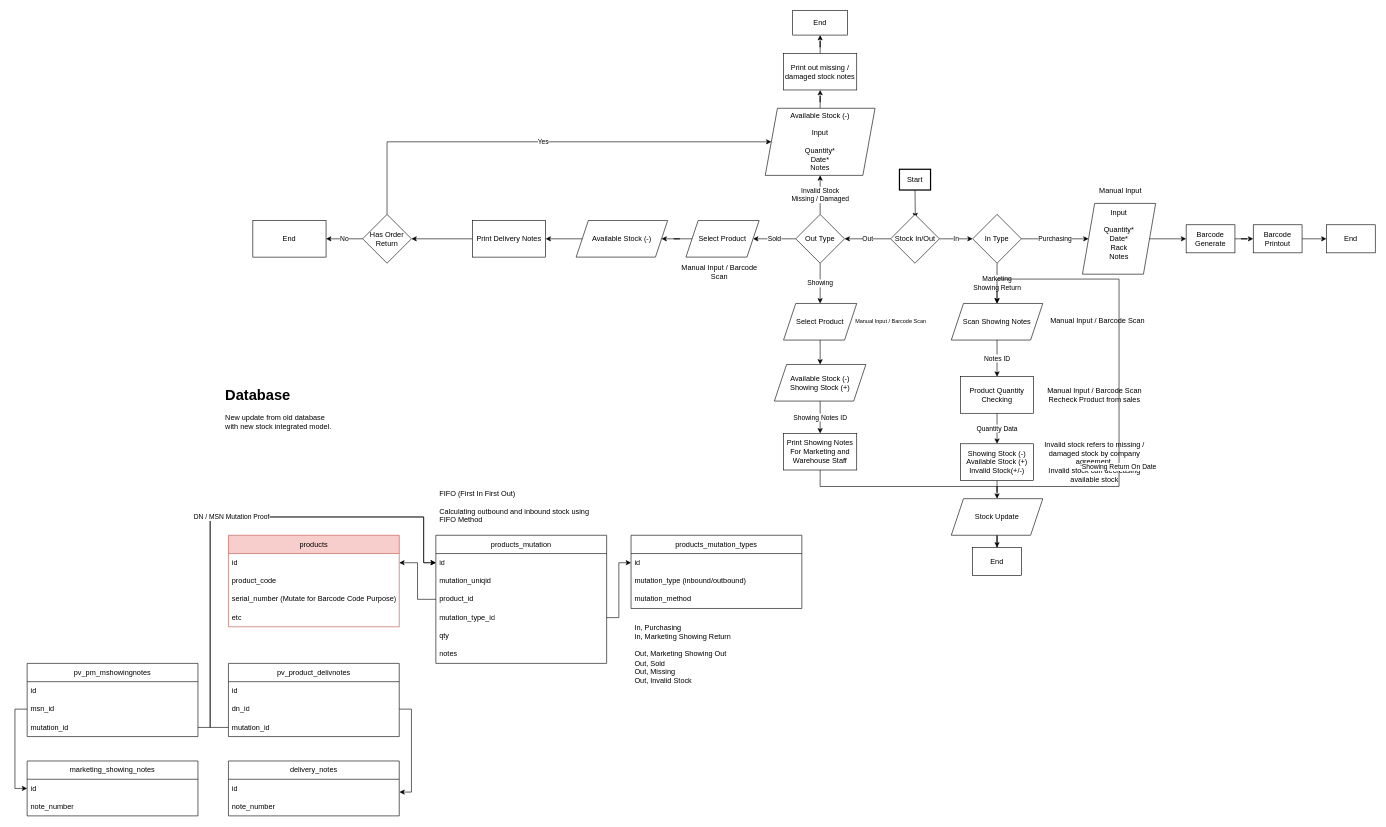
hulyo-firmansyah/mesinmp-dbdiagram keeps this draw.io diagram as page "Page-1" (1 of 4) of MPL Stock Update Feb 2024.drawio. Above is the earlier version. Source tidied: cells renumbered, new cells numbered last; positions are measured from the earlier drawing's top-left corner, leaving out a move shared by most shapes. Both pictures are drawn from the tidied source at 61%, with x=0, y=0 at pixel (27, 10).
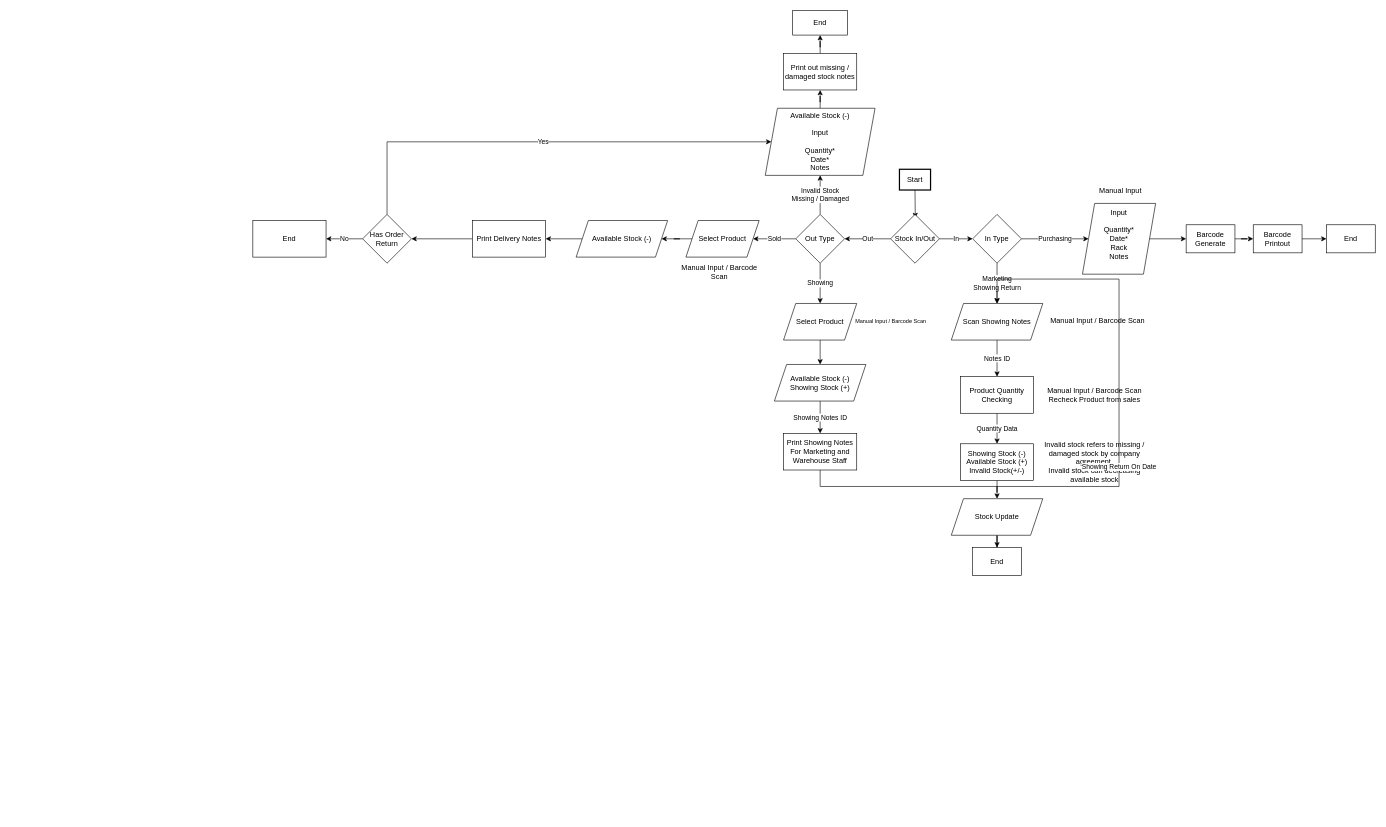
After the change.

What changed in the source:
```diff
@@
-    <mxCell id="57" value="&lt;h1&gt;Database&lt;/h1&gt;&lt;p&gt;New update from old database with new stock integrated model.&lt;/p&gt;" style="text;html=1;spacing=5;spacingTop=-20;whiteSpace=wrap;overflow=hidden;rounded=0;" parent="1" vertex="1">
-      <mxGeometry x="320" y="610" width="190" height="120" as="geometry" />
-    </mxCell>
-    <mxCell id="58" value="products" style="swimlane;fontStyle=0;horizontal=1;startSize=30;whiteSpace=wrap;html=1;fillColor=#f8cecc;strokeColor=#b85450;" parent="1" vertex="1">
-      <mxGeometry x="330" y="860" width="280" height="150" as="geometry" />
-    </mxCell>
-    <mxCell id="59" value="id" style="text;strokeColor=none;fillColor=none;align=left;verticalAlign=middle;spacingLeft=4;spacingRight=4;overflow=hidden;points=[[0,0.5],[1,0.5]];portConstraint=eastwest;whiteSpace=wrap;html=1;" parent="58" vertex="1">
-      <mxGeometry y="30" width="280" height="30" as="geometry" />
-    </mxCell>
-    <mxCell id="60" value="product_code" style="text;strokeColor=none;fillColor=none;align=left;verticalAlign=middle;spacingLeft=4;spacingRight=4;overflow=hidden;whiteSpace=wrap;html=1;" parent="58" vertex="1">
-      <mxGeometry y="60" width="280" height="30" as="geometry" />
-    </mxCell>
-    <mxCell id="61" value="serial_number (Mutate for Barcode Code Purpose)" style="text;strokeColor=none;fillColor=none;align=left;verticalAlign=middle;spacingLeft=4;spacingRight=4;overflow=hidden;whiteSpace=wrap;html=1;" parent="58" vertex="1">
-      <mxGeometry y="90" width="280" height="30" as="geometry" />
-    </mxCell>
-    <mxCell id="62" value="etc" style="text;strokeColor=none;fillColor=none;align=left;verticalAlign=middle;spacingLeft=4;spacingRight=4;overflow=hidden;whiteSpace=wrap;html=1;" parent="58" vertex="1">
-      <mxGeometry y="120" width="280" height="30" as="geometry" />
-    </mxCell>
-    <mxCell id="63" value="products_mutation" style="swimlane;fontStyle=0;horizontal=1;startSize=30;whiteSpace=wrap;html=1;" parent="1" vertex="1">
-      <mxGeometry x="670" y="860" width="280" height="210" as="geometry" />
-    </mxCell>
-    <mxCell id="64" value="id" style="text;strokeColor=none;fillColor=none;align=left;verticalAlign=middle;spacingLeft=4;spacingRight=4;overflow=hidden;points=[[0,0.5],[1,0.5]];portConstraint=eastwest;whiteSpace=wrap;html=1;" parent="63" vertex="1">
-      <mxGeometry y="30" width="280" height="30" as="geometry" />
-    </mxCell>
-    <mxCell id="65" value="mutation_uniqid" style="text;strokeColor=none;fillColor=none;align=left;verticalAlign=middle;spacingLeft=4;spacingRight=4;overflow=hidden;whiteSpace=wrap;html=1;" parent="63" vertex="1">
-      <mxGeometry y="60" width="280" height="30" as="geometry" />
-    </mxCell>
-    <mxCell id="66" value="product_id" style="text;strokeColor=none;fillColor=none;align=left;verticalAlign=middle;spacingLeft=4;spacingRight=4;overflow=hidden;points=[[0,0.5],[1,0.5]];portConstraint=eastwest;whiteSpace=wrap;html=1;" parent="63" vertex="1">
-      <mxGeometry y="90" width="280" height="30" as="geometry" />
-    </mxCell>
-    <mxCell id="67" value="mutation_type_id" style="text;strokeColor=none;fillColor=none;align=left;verticalAlign=middle;spacingLeft=4;spacingRight=4;overflow=hidden;points=[[0,0.5],[1,0.5]];portConstraint=eastwest;whiteSpace=wrap;html=1;" parent="63" vertex="1">
-      <mxGeometry y="120" width="280" height="30" as="geometry" />
-    </mxCell>
-    <mxCell id="68" value="qty" style="text;strokeColor=none;fillColor=none;align=left;verticalAlign=middle;spacingLeft=4;spacingRight=4;overflow=hidden;whiteSpace=wrap;html=1;" parent="63" vertex="1">
-      <mxGeometry y="150" width="280" height="30" as="geometry" />
-    </mxCell>
-    <mxCell id="69" value="notes" style="text;strokeColor=none;fillColor=none;align=left;verticalAlign=middle;spacingLeft=4;spacingRight=4;overflow=hidden;whiteSpace=wrap;html=1;" parent="63" vertex="1">
-      <mxGeometry y="180" width="280" height="30" as="geometry" />
-    </mxCell>
-    <mxCell id="70" style="edgeStyle=orthogonalEdgeStyle;rounded=0;jettySize=auto;html=1;" parent="1" edge="1" source="66" target="59">
-      <mxGeometry relative="1" as="geometry" />
-    </mxCell>
-    <mxCell id="71" value="FIFO (First In First Out)&lt;br&gt;&lt;br&gt;Calculating outbound and inbound stock using FIFO Method" style="text;strokeColor=none;fillColor=none;align=left;verticalAlign=middle;spacingLeft=4;spacingRight=4;overflow=hidden;whiteSpace=wrap;html=1;" parent="1" vertex="1">
-      <mxGeometry x="670" y="780" width="280" height="65" as="geometry" />
-    </mxCell>
-    <mxCell id="72" value="products_mutation_types" style="swimlane;fontStyle=0;horizontal=1;startSize=30;whiteSpace=wrap;html=1;" parent="1" vertex="1">
-      <mxGeometry x="990" y="860" width="280" height="120" as="geometry" />
-    </mxCell>
-    <mxCell id="73" value="id" style="text;strokeColor=none;fillColor=none;align=left;verticalAlign=middle;spacingLeft=4;spacingRight=4;overflow=hidden;points=[[0,0.5],[1,0.5]];portConstraint=eastwest;whiteSpace=wrap;html=1;" parent="72" vertex="1">
-      <mxGeometry y="30" width="280" height="30" as="geometry" />
-    </mxCell>
-    <mxCell id="74" value="mutation_type (inbound/outbound)" style="text;strokeColor=none;fillColor=none;align=left;verticalAlign=middle;spacingLeft=4;spacingRight=4;overflow=hidden;whiteSpace=wrap;html=1;" parent="72" vertex="1">
-      <mxGeometry y="60" width="280" height="30" as="geometry" />
-    </mxCell>
-    <mxCell id="75" value="mutation_method" style="text;strokeColor=none;fillColor=none;align=left;verticalAlign=middle;spacingLeft=4;spacingRight=4;overflow=hidden;whiteSpace=wrap;html=1;" parent="72" vertex="1">
-      <mxGeometry y="90" width="280" height="30" as="geometry" />
-    </mxCell>
-    <mxCell id="76" style="edgeStyle=orthogonalEdgeStyle;rounded=0;jettySize=auto;html=1;entryX=0;entryY=0.5;entryDx=0;entryDy=0;" parent="1" edge="1" source="67" target="73">
-      <mxGeometry relative="1" as="geometry" />
-    </mxCell>
-    <mxCell id="77" value="In, Purchasing&lt;br&gt;In, Marketing Showing Return&lt;br&gt;&lt;br&gt;Out, Marketing Showing Out&lt;br&gt;Out, Sold&lt;br&gt;Out, Missing&lt;br&gt;Out, Invalid Stock" style="text;strokeColor=none;fillColor=none;align=left;verticalAlign=middle;spacingLeft=4;spacingRight=4;overflow=hidden;whiteSpace=wrap;html=1;" parent="1" vertex="1">
-      <mxGeometry x="990" y="1000" width="280" height="110" as="geometry" />
-    </mxCell>
-    <mxCell id="78" value="delivery_notes" style="swimlane;fontStyle=0;horizontal=1;startSize=30;whiteSpace=wrap;html=1;" parent="1" vertex="1">
-      <mxGeometry x="330" y="1230" width="280" height="90" as="geometry" />
-    </mxCell>
-    <mxCell id="79" value="id" style="text;strokeColor=none;fillColor=none;align=left;verticalAlign=middle;spacingLeft=4;spacingRight=4;overflow=hidden;points=[[0,0.5],[1,0.5]];portConstraint=eastwest;whiteSpace=wrap;html=1;" parent="78" vertex="1">
-      <mxGeometry y="30" width="280" height="30" as="geometry" />
-    </mxCell>
-    <mxCell id="80" value="note_number" style="text;strokeColor=none;fillColor=none;align=left;verticalAlign=middle;spacingLeft=4;spacingRight=4;overflow=hidden;whiteSpace=wrap;html=1;" parent="78" vertex="1">
-      <mxGeometry y="60" width="280" height="30" as="geometry" />
-    </mxCell>
-    <mxCell id="81" value="pv_product_delivnotes" style="swimlane;fontStyle=0;horizontal=1;startSize=30;whiteSpace=wrap;html=1;" parent="1" vertex="1">
-      <mxGeometry x="330" y="1070" width="280" height="120" as="geometry" />
-    </mxCell>
-    <mxCell id="82" value="id" style="text;strokeColor=none;fillColor=none;align=left;verticalAlign=middle;spacingLeft=4;spacingRight=4;overflow=hidden;whiteSpace=wrap;html=1;" parent="81" vertex="1">
-      <mxGeometry y="30" width="280" height="30" as="geometry" />
-    </mxCell>
-    <mxCell id="83" value="dn_id" style="text;strokeColor=none;fillColor=none;align=left;verticalAlign=middle;spacingLeft=4;spacingRight=4;overflow=hidden;points=[[0,0.5],[1,0.5]];portConstraint=eastwest;whiteSpace=wrap;html=1;" parent="81" vertex="1">
-      <mxGeometry y="60" width="280" height="30" as="geometry" />
-    </mxCell>
-    <mxCell id="84" value="mutation_id" style="text;strokeColor=none;fillColor=none;align=left;verticalAlign=middle;spacingLeft=4;spacingRight=4;overflow=hidden;points=[[0,0.5],[1,0.5]];portConstraint=eastwest;whiteSpace=wrap;html=1;" parent="81" vertex="1">
-      <mxGeometry y="90" width="280" height="30" as="geometry" />
-    </mxCell>
-    <mxCell id="85" style="edgeStyle=orthogonalEdgeStyle;rounded=0;jettySize=auto;html=1;exitX=1;exitY=0.5;exitDx=0;exitDy=0;entryX=1.001;entryY=0.701;entryDx=0;entryDy=0;entryPerimeter=0;" parent="1" edge="1" source="83" target="79">
-      <mxGeometry relative="1" as="geometry" />
-    </mxCell>
-    <mxCell id="86" value="marketing_showing_notes" style="swimlane;fontStyle=0;horizontal=1;startSize=30;whiteSpace=wrap;html=1;" parent="1" vertex="1">
-      <mxGeometry y="1230" width="280" height="90" as="geometry" />
-    </mxCell>
-    <mxCell id="87" value="id" style="text;strokeColor=none;fillColor=none;align=left;verticalAlign=middle;spacingLeft=4;spacingRight=4;overflow=hidden;points=[[0,0.5],[1,0.5]];portConstraint=eastwest;whiteSpace=wrap;html=1;" parent="86" vertex="1">
-      <mxGeometry y="30" width="280" height="30" as="geometry" />
-    </mxCell>
-    <mxCell id="88" value="note_number" style="text;strokeColor=none;fillColor=none;align=left;verticalAlign=middle;spacingLeft=4;spacingRight=4;overflow=hidden;whiteSpace=wrap;html=1;" parent="86" vertex="1">
-      <mxGeometry y="60" width="280" height="30" as="geometry" />
-    </mxCell>
-    <mxCell id="89" value="pv_pm_mshowingnotes" style="swimlane;fontStyle=0;horizontal=1;startSize=30;whiteSpace=wrap;html=1;" parent="1" vertex="1">
-      <mxGeometry y="1070" width="280" height="120" as="geometry" />
-    </mxCell>
-    <mxCell id="90" value="id" style="text;strokeColor=none;fillColor=none;align=left;verticalAlign=middle;spacingLeft=4;spacingRight=4;overflow=hidden;whiteSpace=wrap;html=1;" parent="89" vertex="1">
-      <mxGeometry y="30" width="280" height="30" as="geometry" />
-    </mxCell>
-    <mxCell id="91" value="msn_id" style="text;strokeColor=none;fillColor=none;align=left;verticalAlign=middle;spacingLeft=4;spacingRight=4;overflow=hidden;points=[[0,0.5],[1,0.5]];portConstraint=eastwest;whiteSpace=wrap;html=1;" parent="89" vertex="1">
-      <mxGeometry y="60" width="280" height="30" as="geometry" />
-    </mxCell>
-    <mxCell id="92" value="mutation_id" style="text;strokeColor=none;fillColor=none;align=left;verticalAlign=middle;spacingLeft=4;spacingRight=4;overflow=hidden;points=[[0,0.5],[1,0.5]];portConstraint=eastwest;whiteSpace=wrap;html=1;" parent="89" vertex="1">
-      <mxGeometry y="90" width="280" height="30" as="geometry" />
-    </mxCell>
-    <mxCell id="93" style="edgeStyle=orthogonalEdgeStyle;rounded=0;jettySize=auto;html=1;exitX=0;exitY=0.5;exitDx=0;exitDy=0;entryX=0;entryY=0.5;entryDx=0;entryDy=0;" parent="1" edge="1" source="91" target="87">
-      <mxGeometry relative="1" as="geometry" />
-    </mxCell>
-    <mxCell id="94" style="edgeStyle=orthogonalEdgeStyle;rounded=0;jettySize=auto;html=1;exitX=1;exitY=0.5;exitDx=0;exitDy=0;" parent="1" edge="1" source="92" target="64">
-      <mxGeometry relative="1" as="geometry">
-        <Array as="points">
-          <mxPoint x="300" y="1175" />
-          <mxPoint x="300" y="830" />
-          <mxPoint x="650" y="830" />
-          <mxPoint x="650" y="905" />
-        </Array>
-      </mxGeometry>
-    </mxCell>
-    <mxCell id="95" value="DN / MSN Mutation Proof" style="edgeStyle=orthogonalEdgeStyle;rounded=0;jettySize=auto;html=1;exitX=0;exitY=0.5;exitDx=0;exitDy=0;entryX=0;entryY=0.5;entryDx=0;entryDy=0;" parent="1" edge="1" source="84" target="64">
-      <mxGeometry relative="1" as="geometry">
-        <Array as="points">
-          <mxPoint x="300" y="1175" />
-          <mxPoint x="300" y="830" />
-          <mxPoint x="650" y="830" />
-          <mxPoint x="650" y="905" />
-        </Array>
-      </mxGeometry>
-    </mxCell>
```
